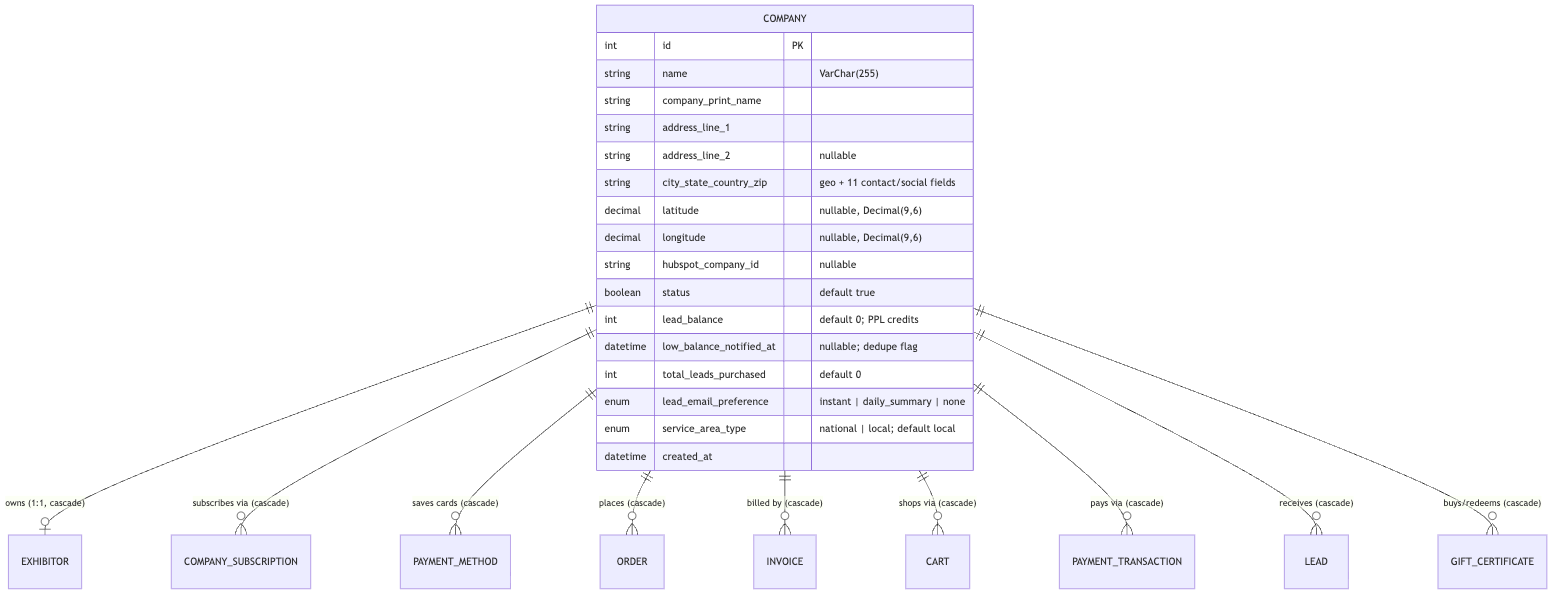
Above: relationship/2-entities/schema/company.png in prantikUIPL/sbe-backend-workspace (Mermaid), before the change. Its source is kept beside it as relationship/2-entities/schema/company.mmd.
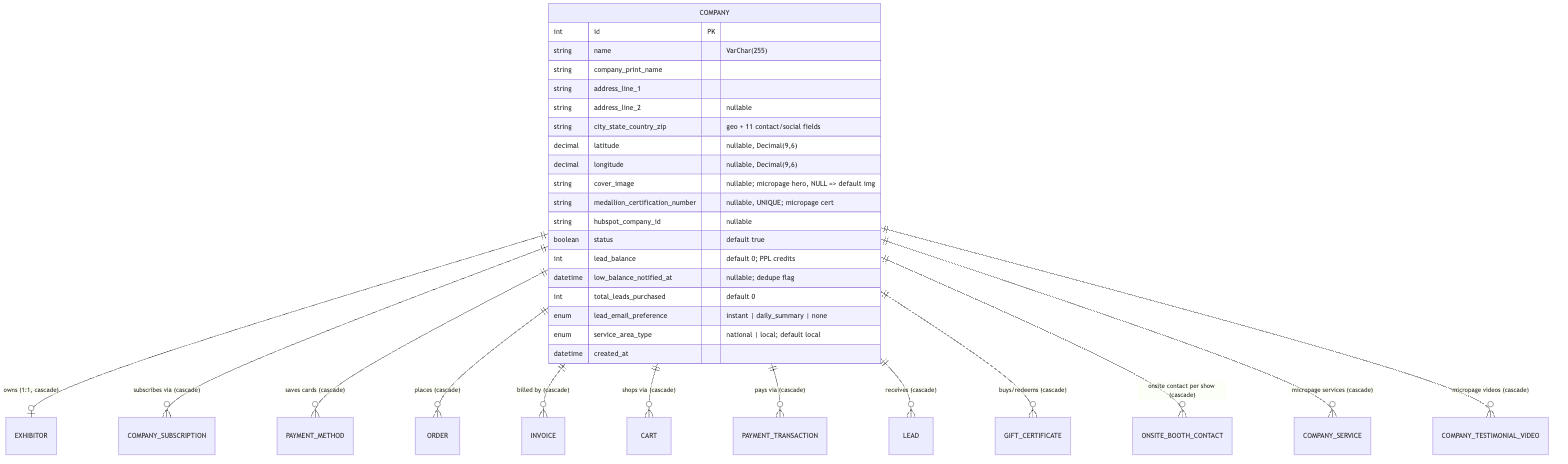
The same file after the commit.

What changed in the source:
```diff
@@ -8,6 +8,9 @@
     COMPANY                  ||--o{ PAYMENT_TRANSACTION : "pays via (cascade)"
     COMPANY                  ||--o{ LEAD : "receives (cascade)"
     COMPANY                  ||--o{ GIFT_CERTIFICATE : "buys/redeems (cascade)"
+    COMPANY                  ||--o{ ONSITE_BOOTH_CONTACT : "onsite contact per show (cascade)"
+    COMPANY                  ||--o{ COMPANY_SERVICE : "micropage services (cascade)"
+    COMPANY                  ||--o{ COMPANY_TESTIMONIAL_VIDEO : "micropage videos (cascade)"
 
     COMPANY {
         int id PK
@@ -18,6 +21,8 @@
         string city_state_country_zip "geo + 11 contact/social fields"
         decimal latitude "nullable, Decimal(9,6)"
         decimal longitude "nullable, Decimal(9,6)"
+        string cover_image "nullable; micropage hero, NULL => default img"
+        string medallion_certification_number "nullable, UNIQUE; micropage cert"
         string hubspot_company_id "nullable"
         boolean status "default true"
         int lead_balance "default 0; PPL credits"
```
